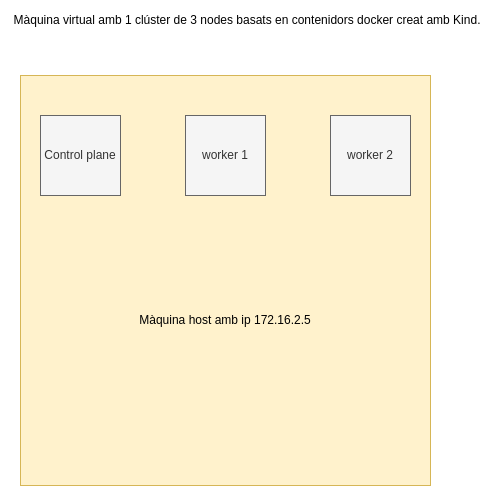
Before: mkdocs/site/img/demo3.png, a diagram exported from draw.io (josanescod/tfg-kvbox). Source tidied: cells renumbered, new cells last; positions are measured from the earlier drawing's top-left corner, leaving out a move shared by most shapes.
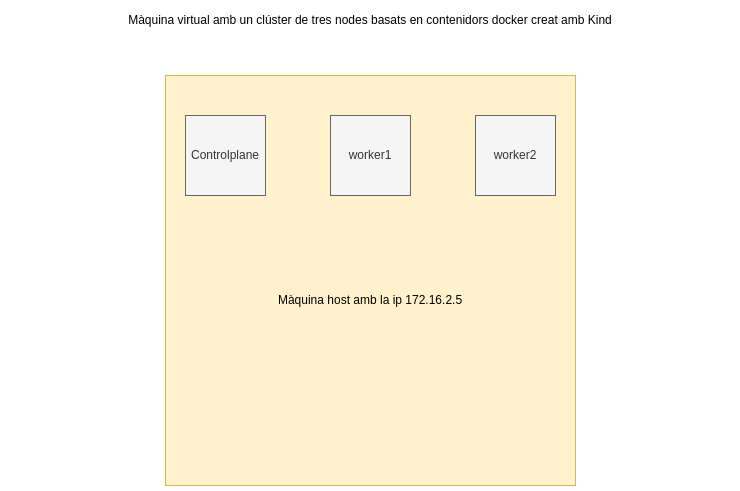
After the commit.

Diff of the diagram source:
```diff
@@ -2,23 +2,23 @@
   <root>
     <mxCell id="0" />
     <mxCell id="1" parent="0" />
-    <mxCell id="2" style="whiteSpace=wrap;html=1;fillColor=#fff2cc;strokeColor=#d6b656;" parent="1" vertex="1">
-      <mxGeometry x="15" y="70" width="410" height="410" as="geometry" />
-    </mxCell>
-    <mxCell id="3" value="Màquina virtual amb 1 clúster de 3 nodes basats en contenidors docker creat amb Kind." style="text;html=1;strokeColor=none;fillColor=none;align=center;verticalAlign=middle;whiteSpace=wrap;rounded=0;" parent="1" vertex="1">
-      <mxGeometry x="7" width="470" height="30" as="geometry" />
-    </mxCell>
-    <mxCell id="4" value="Màquina host amb ip 172.16.2.5" style="text;html=1;strokeColor=none;fillColor=none;align=center;verticalAlign=middle;whiteSpace=wrap;rounded=0;" parent="1" vertex="1">
-      <mxGeometry y="300" width="440" height="30" as="geometry" />
-    </mxCell>
-    <mxCell id="5" value="Control plane" style="whiteSpace=wrap;html=1;fillColor=#f5f5f5;strokeColor=#666666;fontColor=#333333;" parent="1" vertex="1">
-      <mxGeometry x="35" y="110" width="80" height="80" as="geometry" />
-    </mxCell>
-    <mxCell id="6" value="worker 1" style="whiteSpace=wrap;html=1;fillColor=#f5f5f5;strokeColor=#666666;fontColor=#333333;" parent="1" vertex="1">
-      <mxGeometry x="180" y="110" width="80" height="80" as="geometry" />
-    </mxCell>
-    <mxCell id="7" value="worker 2" style="whiteSpace=wrap;html=1;fillColor=#f5f5f5;strokeColor=#666666;fontColor=#333333;" parent="1" vertex="1">
-      <mxGeometry x="325" y="110" width="80" height="80" as="geometry" />
-    </mxCell>
+    <mxCell id="8" value="Màquina virtual amb un clúster de tres nodes basats en contenidors docker creat amb Kind" style="text;html=1;strokeColor=none;fillColor=none;align=center;verticalAlign=middle;whiteSpace=wrap;rounded=0;" parent="1" vertex="1">
+      <mxGeometry x="-123" y="560" width="730" height="30" as="geometry" />
+    </mxCell>
+    <mxCell id="9" style="rounded=0;whiteSpace=wrap;html=1;fillColor=#fff2cc;strokeColor=#d6b656;" parent="1" vertex="1">
+      <mxGeometry x="37" y="630" width="410" height="410" as="geometry" />
+    </mxCell>
+    <mxCell id="10" value="Controlplane" style="whiteSpace=wrap;html=1;fillColor=#f5f5f5;strokeColor=#666666;fontColor=#333333;" parent="1" vertex="1">
+      <mxGeometry x="57" y="670" width="80" height="80" as="geometry" />
+    </mxCell>
+    <mxCell id="11" value="worker1" style="whiteSpace=wrap;html=1;fillColor=#f5f5f5;strokeColor=#666666;fontColor=#333333;" parent="1" vertex="1">
+      <mxGeometry x="202" y="670" width="80" height="80" as="geometry" />
+    </mxCell>
+    <mxCell id="12" value="worker2" style="whiteSpace=wrap;html=1;fillColor=#f5f5f5;strokeColor=#666666;fontColor=#333333;" parent="1" vertex="1">
+      <mxGeometry x="347" y="670" width="80" height="80" as="geometry" />
+    </mxCell>
+    <mxCell id="13" value="Màquina host amb la ip 172.16.2.5" style="text;html=1;strokeColor=none;fillColor=none;align=center;verticalAlign=middle;whiteSpace=wrap;rounded=0;" parent="1" vertex="1">
+      <mxGeometry x="102" y="840" width="280" height="30" as="geometry" />
+    </mxCell>
   </root>
 </mxGraphModel>
```
